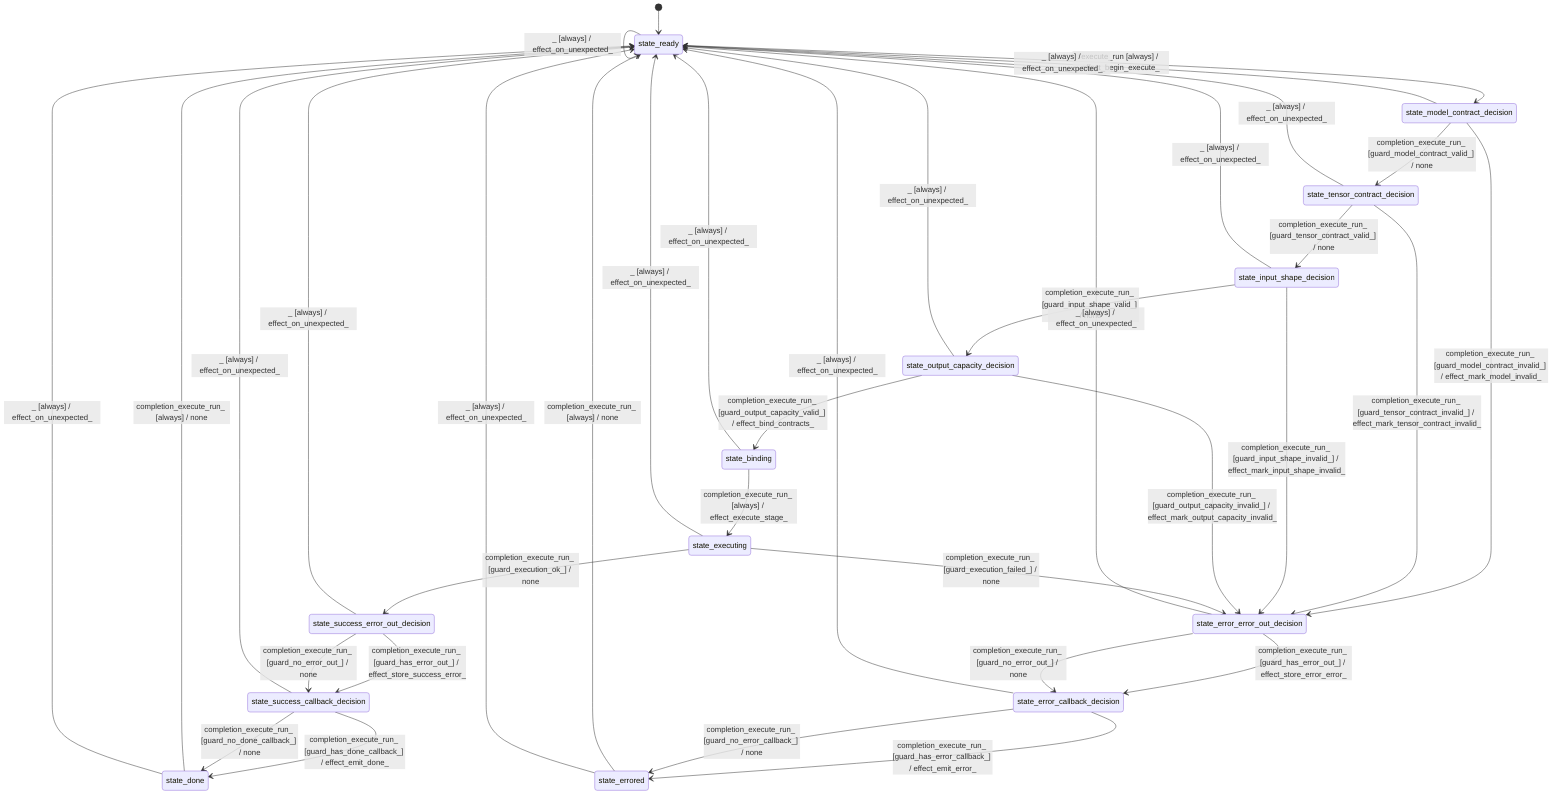
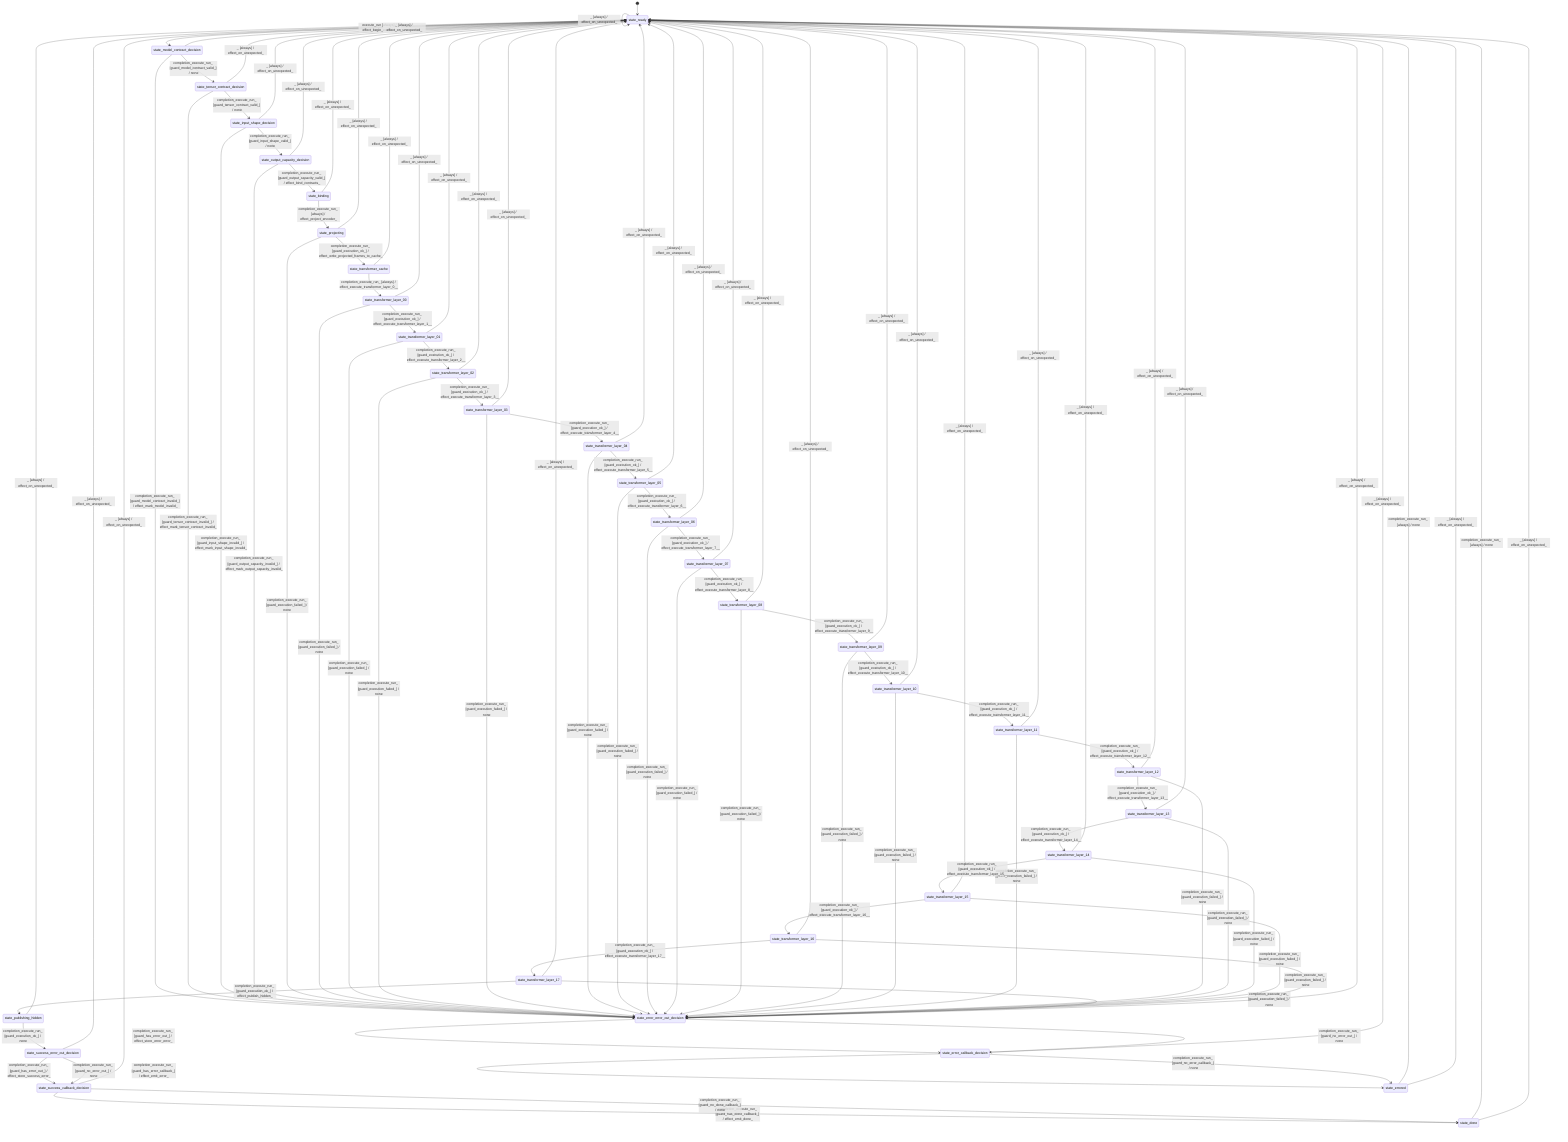
stateDiagram-v2
  direction TB
  [*] --> state_ready
  state_ready --> state_model_contract_decision : execute_run [always] / effect_begin_execute_
  state_model_contract_decision --> state_tensor_contract_decision : completion_execute_run_ [guard_model_contract_valid_] / none
  state_model_contract_decision --> state_error_error_out_decision : completion_execute_run_ [guard_model_contract_invalid_] / effect_mark_model_invalid_
  state_tensor_contract_decision --> state_input_shape_decision : completion_execute_run_ [guard_tensor_contract_valid_] / none
  state_tensor_contract_decision --> state_error_error_out_decision : completion_execute_run_ [guard_tensor_contract_invalid_] / effect_mark_tensor_contract_invalid_
  state_input_shape_decision --> state_output_capacity_decision : completion_execute_run_ [guard_input_shape_valid_] / none
  state_input_shape_decision --> state_error_error_out_decision : completion_execute_run_ [guard_input_shape_invalid_] / effect_mark_input_shape_invalid_
  state_output_capacity_decision --> state_binding : completion_execute_run_ [guard_output_capacity_valid_] / effect_bind_contracts_
  state_output_capacity_decision --> state_error_error_out_decision : completion_execute_run_ [guard_output_capacity_invalid_] / effect_mark_output_capacity_invalid_
-   state_binding --> state_executing : completion_execute_run_ [always] / effect_execute_stage_
-   state_executing --> state_success_error_out_decision : completion_execute_run_ [guard_execution_ok_] / none
-   state_executing --> state_error_error_out_decision : completion_execute_run_ [guard_execution_failed_] / none
+   state_binding --> state_projecting : completion_execute_run_ [always] / effect_project_encoder_
+   state_projecting --> state_transformer_cache : completion_execute_run_ [guard_execution_ok_] / effect_write_projected_frames_to_cache_
+   state_projecting --> state_error_error_out_decision : completion_execute_run_ [guard_execution_failed_] / none
+   state_transformer_cache --> state_transformer_layer_00 : completion_execute_run_ [always] / effect_execute_transformer_layer_0__
+   state_transformer_layer_00 --> state_transformer_layer_01 : completion_execute_run_ [guard_execution_ok_] / effect_execute_transformer_layer_1__
+   state_transformer_layer_00 --> state_error_error_out_decision : completion_execute_run_ [guard_execution_failed_] / none
+   state_transformer_layer_01 --> state_transformer_layer_02 : completion_execute_run_ [guard_execution_ok_] / effect_execute_transformer_layer_2__
+   state_transformer_layer_01 --> state_error_error_out_decision : completion_execute_run_ [guard_execution_failed_] / none
+   state_transformer_layer_02 --> state_transformer_layer_03 : completion_execute_run_ [guard_execution_ok_] / effect_execute_transformer_layer_3__
+   state_transformer_layer_02 --> state_error_error_out_decision : completion_execute_run_ [guard_execution_failed_] / none
+   state_transformer_layer_03 --> state_transformer_layer_04 : completion_execute_run_ [guard_execution_ok_] / effect_execute_transformer_layer_4__
+   state_transformer_layer_03 --> state_error_error_out_decision : completion_execute_run_ [guard_execution_failed_] / none
+   state_transformer_layer_04 --> state_transformer_layer_05 : completion_execute_run_ [guard_execution_ok_] / effect_execute_transformer_layer_5__
+   state_transformer_layer_04 --> state_error_error_out_decision : completion_execute_run_ [guard_execution_failed_] / none
+   state_transformer_layer_05 --> state_transformer_layer_06 : completion_execute_run_ [guard_execution_ok_] / effect_execute_transformer_layer_6__
+   state_transformer_layer_05 --> state_error_error_out_decision : completion_execute_run_ [guard_execution_failed_] / none
+   state_transformer_layer_06 --> state_transformer_layer_07 : completion_execute_run_ [guard_execution_ok_] / effect_execute_transformer_layer_7__
+   state_transformer_layer_06 --> state_error_error_out_decision : completion_execute_run_ [guard_execution_failed_] / none
+   state_transformer_layer_07 --> state_transformer_layer_08 : completion_execute_run_ [guard_execution_ok_] / effect_execute_transformer_layer_8__
+   state_transformer_layer_07 --> state_error_error_out_decision : completion_execute_run_ [guard_execution_failed_] / none
+   state_transformer_layer_08 --> state_transformer_layer_09 : completion_execute_run_ [guard_execution_ok_] / effect_execute_transformer_layer_9__
+   state_transformer_layer_08 --> state_error_error_out_decision : completion_execute_run_ [guard_execution_failed_] / none
+   state_transformer_layer_09 --> state_transformer_layer_10 : completion_execute_run_ [guard_execution_ok_] / effect_execute_transformer_layer_10__
+   state_transformer_layer_09 --> state_error_error_out_decision : completion_execute_run_ [guard_execution_failed_] / none
+   state_transformer_layer_10 --> state_transformer_layer_11 : completion_execute_run_ [guard_execution_ok_] / effect_execute_transformer_layer_11__
+   state_transformer_layer_10 --> state_error_error_out_decision : completion_execute_run_ [guard_execution_failed_] / none
+   state_transformer_layer_11 --> state_transformer_layer_12 : completion_execute_run_ [guard_execution_ok_] / effect_execute_transformer_layer_12__
+   state_transformer_layer_11 --> state_error_error_out_decision : completion_execute_run_ [guard_execution_failed_] / none
+   state_transformer_layer_12 --> state_transformer_layer_13 : completion_execute_run_ [guard_execution_ok_] / effect_execute_transformer_layer_13__
+   state_transformer_layer_12 --> state_error_error_out_decision : completion_execute_run_ [guard_execution_failed_] / none
+   state_transformer_layer_13 --> state_transformer_layer_14 : completion_execute_run_ [guard_execution_ok_] / effect_execute_transformer_layer_14__
+   state_transformer_layer_13 --> state_error_error_out_decision : completion_execute_run_ [guard_execution_failed_] / none
+   state_transformer_layer_14 --> state_transformer_layer_15 : completion_execute_run_ [guard_execution_ok_] / effect_execute_transformer_layer_15__
+   state_transformer_layer_14 --> state_error_error_out_decision : completion_execute_run_ [guard_execution_failed_] / none
+   state_transformer_layer_15 --> state_transformer_layer_16 : completion_execute_run_ [guard_execution_ok_] / effect_execute_transformer_layer_16__
+   state_transformer_layer_15 --> state_error_error_out_decision : completion_execute_run_ [guard_execution_failed_] / none
+   state_transformer_layer_16 --> state_transformer_layer_17 : completion_execute_run_ [guard_execution_ok_] / effect_execute_transformer_layer_17__
+   state_transformer_layer_16 --> state_error_error_out_decision : completion_execute_run_ [guard_execution_failed_] / none
+   state_transformer_layer_17 --> state_publishing_hidden : completion_execute_run_ [guard_execution_ok_] / effect_publish_hidden_
+   state_transformer_layer_17 --> state_error_error_out_decision : completion_execute_run_ [guard_execution_failed_] / none
+   state_publishing_hidden --> state_success_error_out_decision : completion_execute_run_ [guard_execution_ok_] / none
  state_success_error_out_decision --> state_success_callback_decision : completion_execute_run_ [guard_has_error_out_] / effect_store_success_error_
  state_success_error_out_decision --> state_success_callback_decision : completion_execute_run_ [guard_no_error_out_] / none
  state_error_error_out_decision --> state_error_callback_decision : completion_execute_run_ [guard_has_error_out_] / effect_store_error_error_
  state_error_error_out_decision --> state_error_callback_decision : completion_execute_run_ [guard_no_error_out_] / none
  state_success_callback_decision --> state_done : completion_execute_run_ [guard_has_done_callback_] / effect_emit_done_
  state_success_callback_decision --> state_done : completion_execute_run_ [guard_no_done_callback_] / none
  state_error_callback_decision --> state_errored : completion_execute_run_ [guard_has_error_callback_] / effect_emit_error_
  state_error_callback_decision --> state_errored : completion_execute_run_ [guard_no_error_callback_] / none
  state_done --> state_ready : completion_execute_run_ [always] / none
  state_errored --> state_ready : completion_execute_run_ [always] / none
  state_ready --> state_ready : _ [always] / effect_on_unexpected_
  state_model_contract_decision --> state_ready : _ [always] / effect_on_unexpected_
  state_tensor_contract_decision --> state_ready : _ [always] / effect_on_unexpected_
  state_input_shape_decision --> state_ready : _ [always] / effect_on_unexpected_
  state_output_capacity_decision --> state_ready : _ [always] / effect_on_unexpected_
  state_binding --> state_ready : _ [always] / effect_on_unexpected_
-   state_executing --> state_ready : _ [always] / effect_on_unexpected_
+   state_projecting --> state_ready : _ [always] / effect_on_unexpected_
+   state_transformer_cache --> state_ready : _ [always] / effect_on_unexpected_
+   state_transformer_layer_00 --> state_ready : _ [always] / effect_on_unexpected_
+   state_transformer_layer_01 --> state_ready : _ [always] / effect_on_unexpected_
+   state_transformer_layer_02 --> state_ready : _ [always] / effect_on_unexpected_
+   state_transformer_layer_03 --> state_ready : _ [always] / effect_on_unexpected_
+   state_transformer_layer_04 --> state_ready : _ [always] / effect_on_unexpected_
+   state_transformer_layer_05 --> state_ready : _ [always] / effect_on_unexpected_
+   state_transformer_layer_06 --> state_ready : _ [always] / effect_on_unexpected_
+   state_transformer_layer_07 --> state_ready : _ [always] / effect_on_unexpected_
+   state_transformer_layer_08 --> state_ready : _ [always] / effect_on_unexpected_
+   state_transformer_layer_09 --> state_ready : _ [always] / effect_on_unexpected_
+   state_transformer_layer_10 --> state_ready : _ [always] / effect_on_unexpected_
+   state_transformer_layer_11 --> state_ready : _ [always] / effect_on_unexpected_
+   state_transformer_layer_12 --> state_ready : _ [always] / effect_on_unexpected_
+   state_transformer_layer_13 --> state_ready : _ [always] / effect_on_unexpected_
+   state_transformer_layer_14 --> state_ready : _ [always] / effect_on_unexpected_
+   state_transformer_layer_15 --> state_ready : _ [always] / effect_on_unexpected_
+   state_transformer_layer_16 --> state_ready : _ [always] / effect_on_unexpected_
+   state_transformer_layer_17 --> state_ready : _ [always] / effect_on_unexpected_
+   state_publishing_hidden --> state_ready : _ [always] / effect_on_unexpected_
  state_success_error_out_decision --> state_ready : _ [always] / effect_on_unexpected_
  state_success_callback_decision --> state_ready : _ [always] / effect_on_unexpected_
  state_error_error_out_decision --> state_ready : _ [always] / effect_on_unexpected_
  state_error_callback_decision --> state_ready : _ [always] / effect_on_unexpected_
  state_done --> state_ready : _ [always] / effect_on_unexpected_
  state_errored --> state_ready : _ [always] / effect_on_unexpected_
